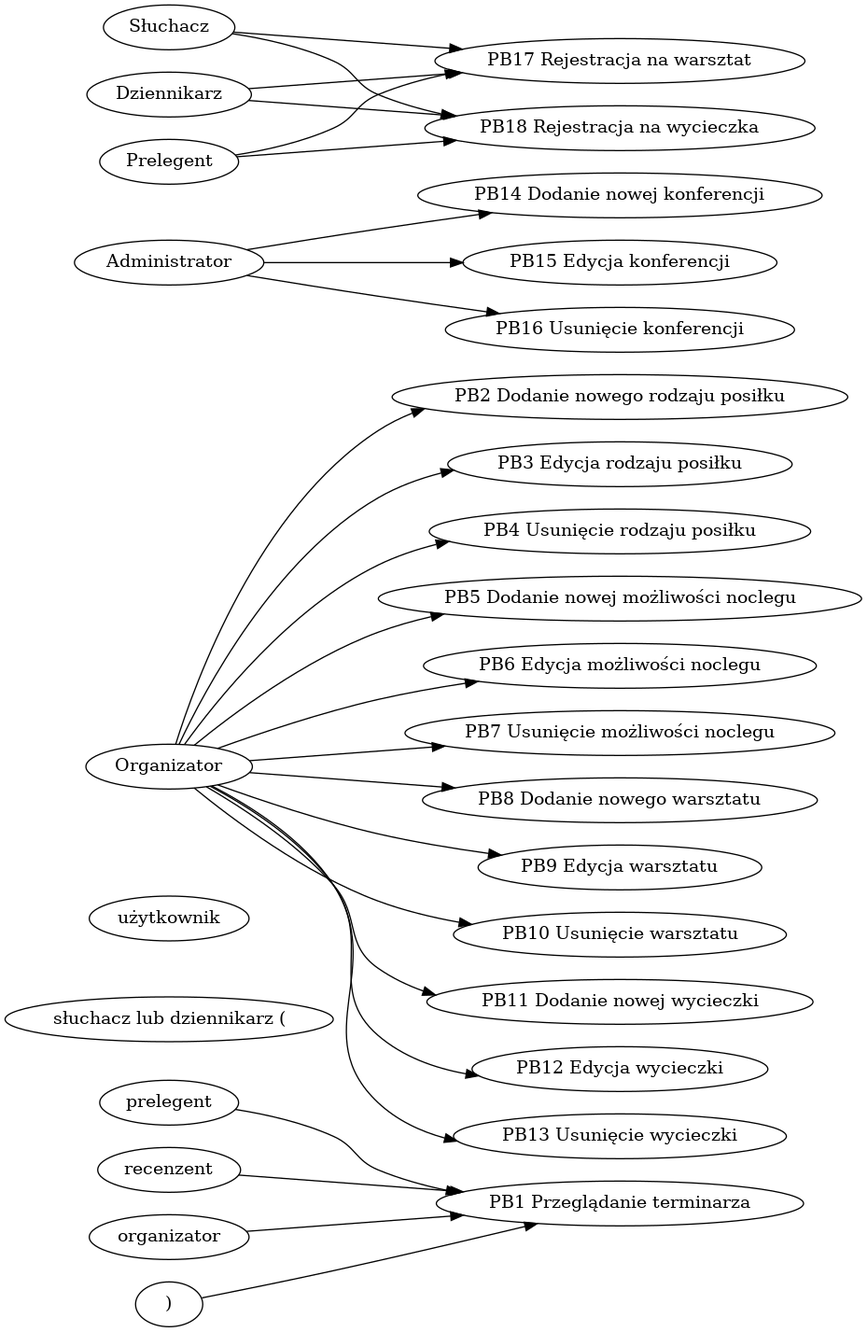
Before: przypadki.png, a diagram exported from Graphviz (zyla/iop_konferencja). Its source is kept beside it as przypadki.dot.
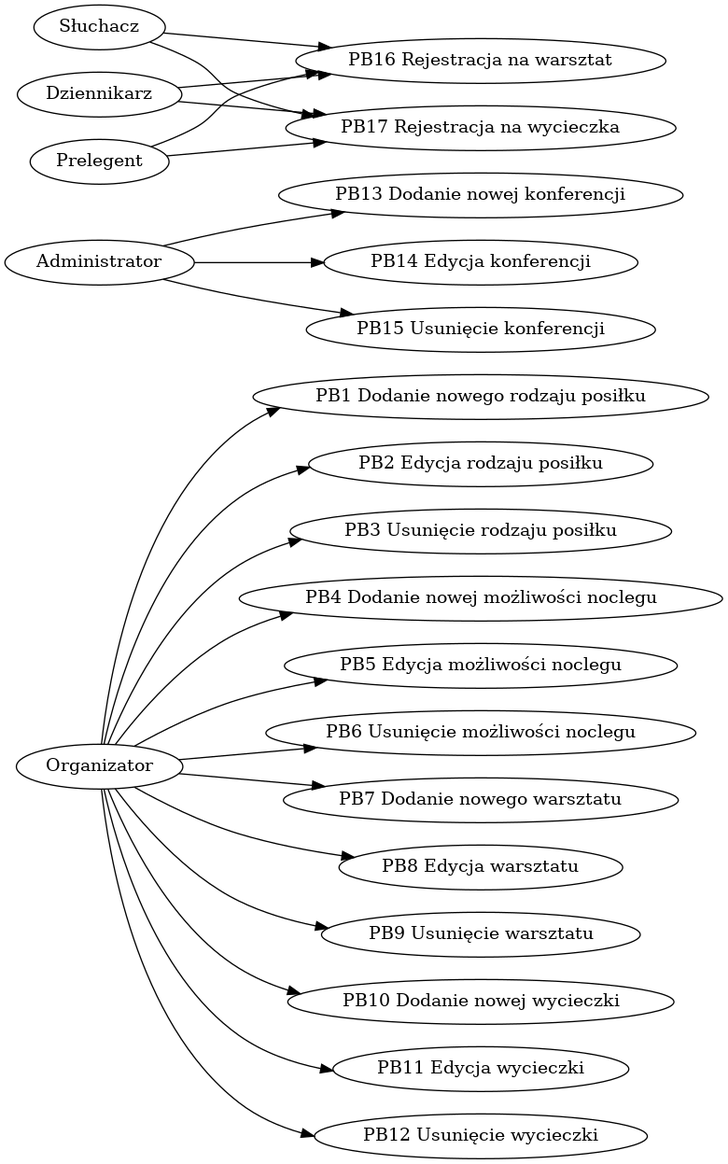
After the change.

Diff of the diagram source:
```diff
@@ -1,26 +1,22 @@
-digraph { rankdir=LR; "prelegent" -> "PB1 Przeglądanie terminarza"
-"recenzent" -> "PB1 Przeglądanie terminarza"
-"organizator" -> "PB1 Przeglądanie terminarza"
-"słuchacz lub dziennikarz ("użytkownik")" -> "PB1 Przeglądanie terminarza"
-"Organizator" -> "PB2 Dodanie nowego rodzaju posiłku"
-"Organizator" -> "PB3 Edycja rodzaju posiłku"
-"Organizator" -> "PB4 Usunięcie rodzaju posiłku"
-"Organizator" -> "PB5 Dodanie nowej możliwości noclegu"
-"Organizator" -> "PB6 Edycja możliwości noclegu"
-"Organizator" -> "PB7 Usunięcie możliwości noclegu"
-"Organizator" -> "PB8 Dodanie nowego warsztatu"
-"Organizator" -> "PB9 Edycja warsztatu"
-"Organizator" -> "PB10 Usunięcie warsztatu"
-"Organizator" -> "PB11 Dodanie nowej wycieczki"
-"Organizator" -> "PB12 Edycja wycieczki"
-"Organizator" -> "PB13 Usunięcie wycieczki"
-"Administrator" -> "PB14 Dodanie nowej konferencji"
-"Administrator" -> "PB15 Edycja konferencji"
-"Administrator" -> "PB16 Usunięcie konferencji"
-"Słuchacz" -> "PB17 Rejestracja na warsztat"
-"Dziennikarz" -> "PB17 Rejestracja na warsztat"
-"Prelegent" -> "PB17 Rejestracja na warsztat"
-"Słuchacz" -> "PB18 Rejestracja na wycieczka"
-"Dziennikarz" -> "PB18 Rejestracja na wycieczka"
-"Prelegent" -> "PB18 Rejestracja na wycieczka"
+digraph { rankdir=LR; "Organizator" -> "PB1 Dodanie nowego rodzaju posiłku"
+"Organizator" -> "PB2 Edycja rodzaju posiłku"
+"Organizator" -> "PB3 Usunięcie rodzaju posiłku"
+"Organizator" -> "PB4 Dodanie nowej możliwości noclegu"
+"Organizator" -> "PB5 Edycja możliwości noclegu"
+"Organizator" -> "PB6 Usunięcie możliwości noclegu"
+"Organizator" -> "PB7 Dodanie nowego warsztatu"
+"Organizator" -> "PB8 Edycja warsztatu"
+"Organizator" -> "PB9 Usunięcie warsztatu"
+"Organizator" -> "PB10 Dodanie nowej wycieczki"
+"Organizator" -> "PB11 Edycja wycieczki"
+"Organizator" -> "PB12 Usunięcie wycieczki"
+"Administrator" -> "PB13 Dodanie nowej konferencji"
+"Administrator" -> "PB14 Edycja konferencji"
+"Administrator" -> "PB15 Usunięcie konferencji"
+"Słuchacz" -> "PB16 Rejestracja na warsztat"
+"Dziennikarz" -> "PB16 Rejestracja na warsztat"
+"Prelegent" -> "PB16 Rejestracja na warsztat"
+"Słuchacz" -> "PB17 Rejestracja na wycieczka"
+"Dziennikarz" -> "PB17 Rejestracja na wycieczka"
+"Prelegent" -> "PB17 Rejestracja na wycieczka"
  }
```
